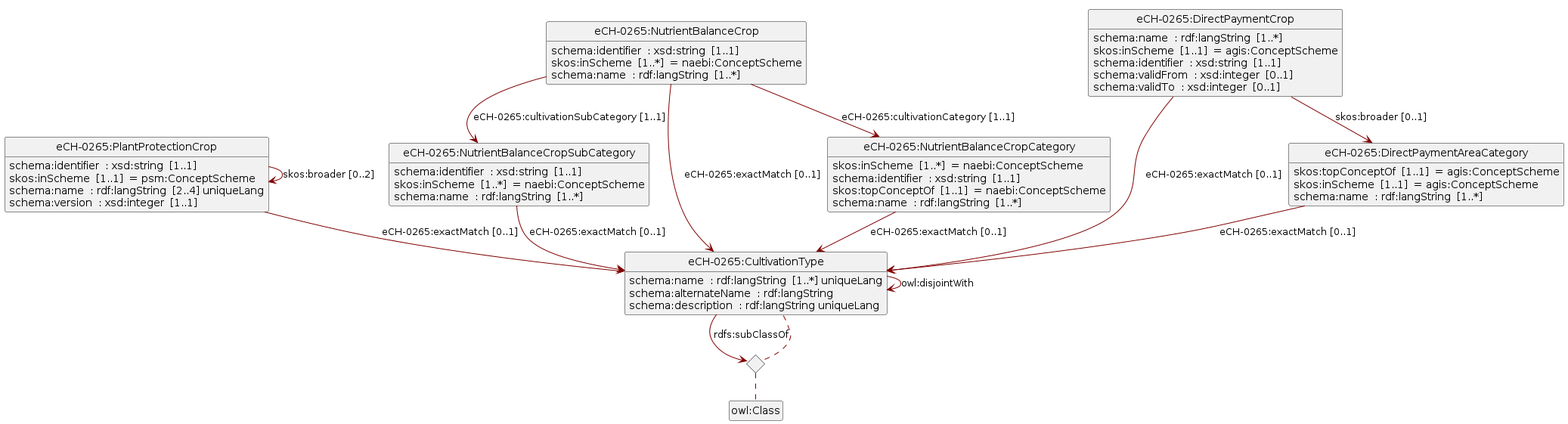
blw-ofag-ufag/eCH-0265 keeps this PlantUML diagram as assets/img/uml.png. Above is the earlier version.
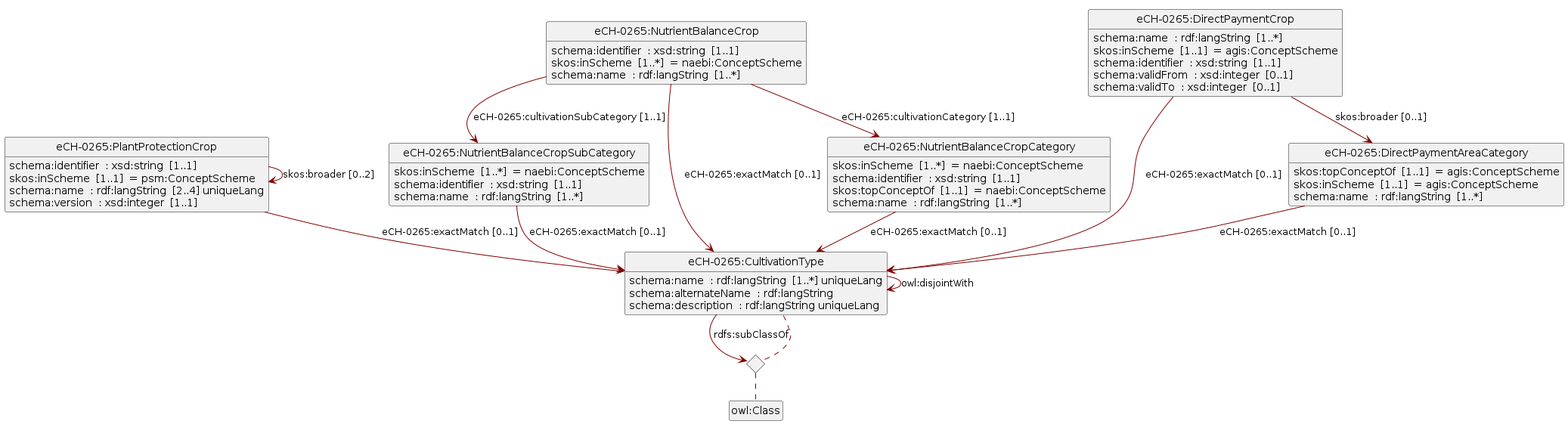
After the change.

Diff of the diagram source:
```diff
@@ -9,8 +9,8 @@
 skinparam ArrowColor #Maroon
 set namespaceSeparator none
 Class "eCH-0265:NutrientBalanceCropSubCategory"
+"eCH-0265:NutrientBalanceCropSubCategory" : skos:inScheme  [1..*]  = naebi:ConceptScheme
 "eCH-0265:NutrientBalanceCropSubCategory" : schema:identifier  : xsd:string  [1..1]
-"eCH-0265:NutrientBalanceCropSubCategory" : skos:inScheme  [1..*]  = naebi:ConceptScheme
 "eCH-0265:NutrientBalanceCropSubCategory" : schema:name  : rdf:langString  [1..*]
 "eCH-0265:NutrientBalanceCropSubCategory" --> "eCH-0265:CultivationType" : eCH-0265:exactMatch<U+00A0>[0..1]
 Class "eCH-0265:PlantProtectionCrop"
@@ -45,10 +45,10 @@
 "eCH-0265:CultivationType" : schema:name  : rdf:langString  [1..*] uniqueLang
 "eCH-0265:CultivationType" : schema:alternateName  : rdf:langString
 "eCH-0265:CultivationType" : schema:description  : rdf:langString uniqueLang
-<> diamond_CultivationType_2dc54237d68c4ce76067de5567e3ac1a
-"eCH-0265:CultivationType" --> "diamond_CultivationType_2dc54237d68c4ce76067de5567e3ac1a" : rdfs:subClassOf
-diamond_CultivationType_2dc54237d68c4ce76067de5567e3ac1a ..  "eCH-0265:CultivationType"
-diamond_CultivationType_2dc54237d68c4ce76067de5567e3ac1a ..  "owl:Class"
+<> diamond_CultivationType_c3c04651c27af02d6dcac4b48bfc6cc2
+"eCH-0265:CultivationType" --> "diamond_CultivationType_c3c04651c27af02d6dcac4b48bfc6cc2" : rdfs:subClassOf
+diamond_CultivationType_c3c04651c27af02d6dcac4b48bfc6cc2 ..  "eCH-0265:CultivationType"
+diamond_CultivationType_c3c04651c27af02d6dcac4b48bfc6cc2 ..  "owl:Class"
 "eCH-0265:CultivationType" --> "eCH-0265:CultivationType" : owl:disjointWith
 Class "eCH-0265:DirectPaymentAreaCategory"
 "eCH-0265:DirectPaymentAreaCategory" : skos:topConceptOf  [1..1]  = agis:ConceptScheme
```
